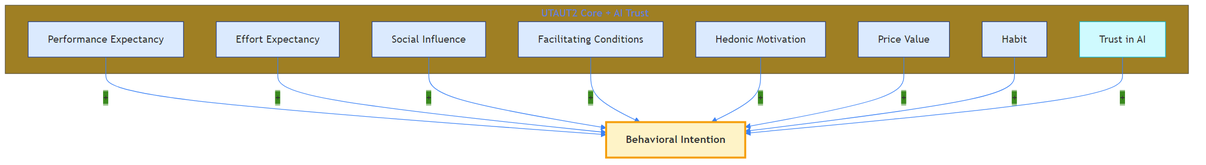
This is thesis-v2/output/mermaid/03_methodology_diagram_2.png from fabioc-aloha/AIRS_Data_Analysis, a Mermaid export, as it was before one commit. Its source is kept beside it as thesis-v2/output/mermaid/03_methodology_diagram_2.mmd. The source it was exported from:
```mermaid
%%{init: {'theme': 'base', 'themeVariables': {'primaryColor': '#1e3a8a', 'lineColor': '#3b82f6'}}}%%
flowchart TD
    subgraph predictors["UTAUT2 Core + AI Trust Extension"]
        direction TB
        PE["Performance Expectancy"]
        EE["Effort Expectancy"]
        SI["Social Influence"]
        FC["Facilitating Conditions"]
        HM["Hedonic Motivation"]
        PV["Price Value"]
        HB["Habit"]
        TR["Trust in AI"]
    end

    BI["<b>Behavioral Intention</b>"]

    PE -->|+| BI
    EE -->|+| BI
    SI -->|+| BI
    FC -->|+| BI
    HM -->|+| BI
    PV -->|+| BI
    HB -->|+| BI
    TR -->|+| BI

    style BI fill:#fef3c7,stroke:#f59e0b,stroke-width:3px
    style PE fill:#dbeafe,stroke:#1e3a8a
    style EE fill:#dbeafe,stroke:#1e3a8a
    style SI fill:#dbeafe,stroke:#1e3a8a
    style FC fill:#dbeafe,stroke:#1e3a8a
    style HM fill:#dbeafe,stroke:#1e3a8a
    style PV fill:#dbeafe,stroke:#1e3a8a
    style HB fill:#dbeafe,stroke:#1e3a8a
    style TR fill:#cffafe,stroke:#06b6d4
```
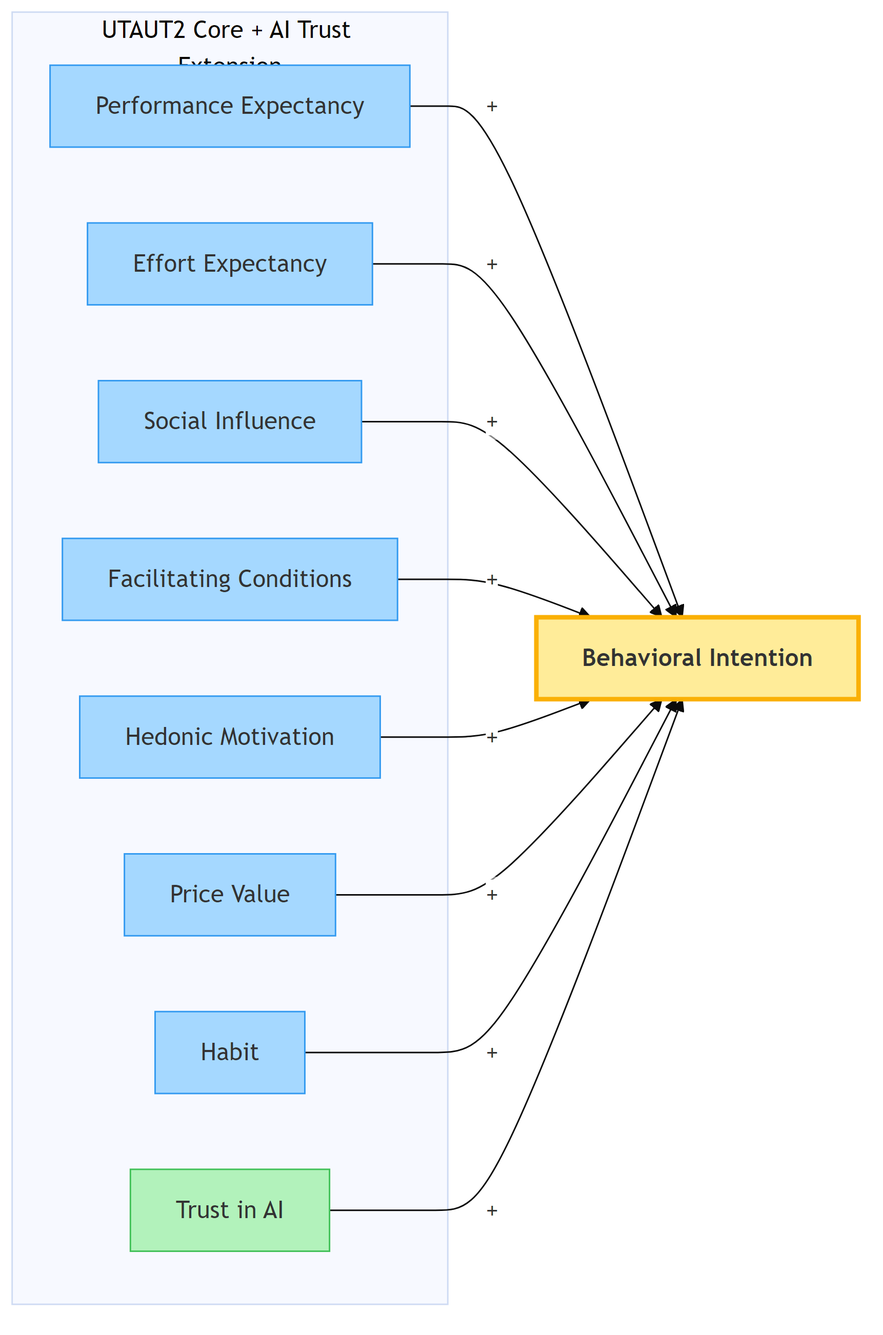
After the change.

What changed in the source:
```diff
@@ -1,5 +1,5 @@
-%%{init: {'theme': 'base', 'themeVariables': {'primaryColor': '#1e3a8a', 'lineColor': '#3b82f6'}}}%%
-flowchart TD
+%%{init: {'theme': 'base', 'themeVariables': {'edgeLabelBackground': '#ffffff'}}}%%
+flowchart LR
     subgraph predictors["UTAUT2 Core + AI Trust Extension"]
         direction TB
         PE["Performance Expectancy"]
@@ -23,12 +23,12 @@
     HB -->|+| BI
     TR -->|+| BI
 
-    style BI fill:#fef3c7,stroke:#f59e0b,stroke-width:3px
-    style PE fill:#dbeafe,stroke:#1e3a8a
-    style EE fill:#dbeafe,stroke:#1e3a8a
-    style SI fill:#dbeafe,stroke:#1e3a8a
-    style FC fill:#dbeafe,stroke:#1e3a8a
-    style HM fill:#dbeafe,stroke:#1e3a8a
-    style PV fill:#dbeafe,stroke:#1e3a8a
-    style HB fill:#dbeafe,stroke:#1e3a8a
-    style TR fill:#cffafe,stroke:#06b6d4
+    style BI fill:#ffec99,stroke:#fab005,stroke-width:3px
+    style PE fill:#a5d8ff,stroke:#339af0
+    style EE fill:#a5d8ff,stroke:#339af0
+    style SI fill:#a5d8ff,stroke:#339af0
+    style FC fill:#a5d8ff,stroke:#339af0
+    style HM fill:#a5d8ff,stroke:#339af0
+    style PV fill:#a5d8ff,stroke:#339af0
+    style HB fill:#a5d8ff,stroke:#339af0
+    style TR fill:#b2f2bb,stroke:#40c057
```
